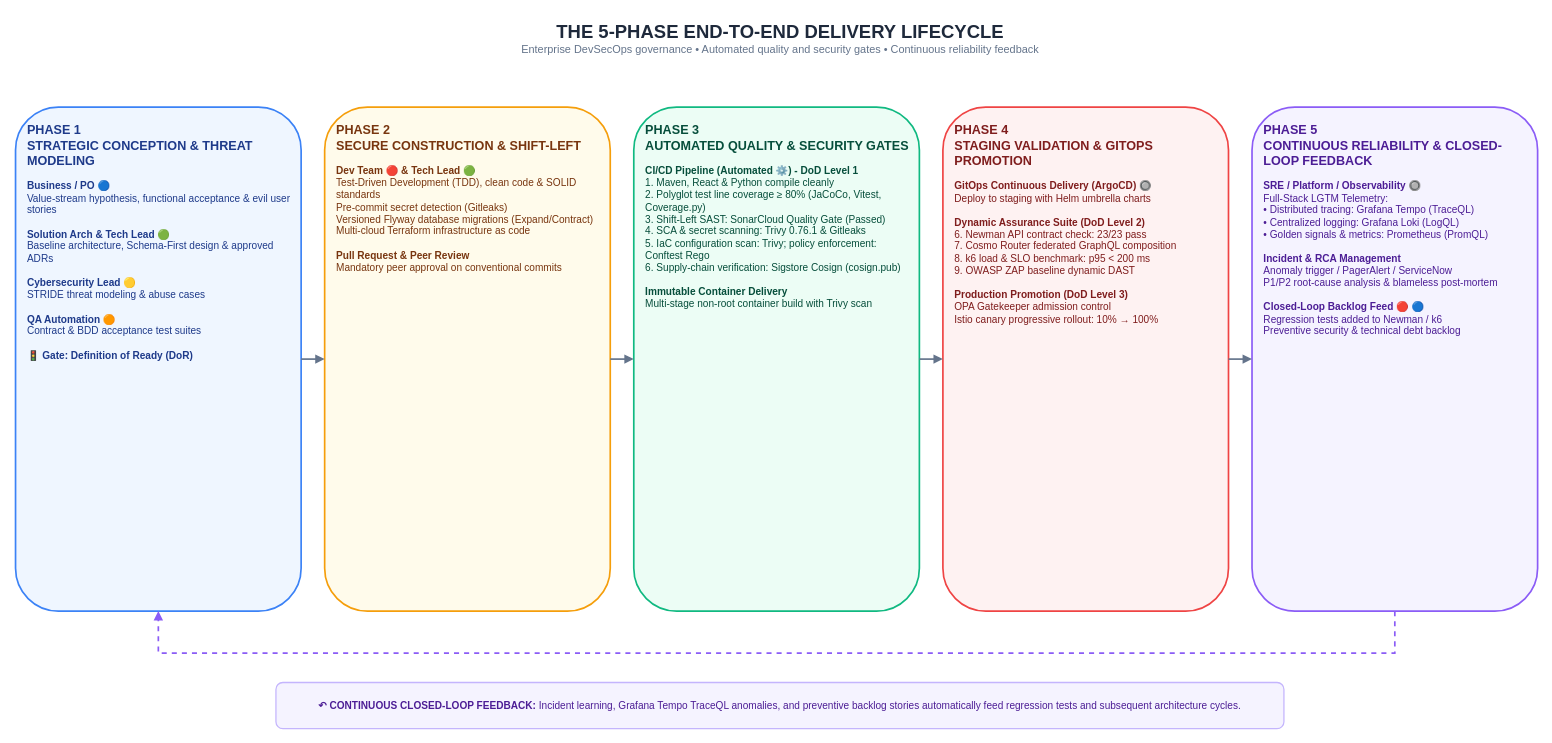
This is page "13. The 5-Phase End-to-End Delivery Lifecycle" (13 of 16) of docs/Diagrams.drawio from GeorgeGxx/microservices-architecture, a draw.io file, before an edit. Source tidied: cells renumbered, new cells numbered last; positions are measured from the earlier drawing's top-left corner, leaving out a move shared by most shapes. Both pictures are drawn from the tidied source at 84%, with x=0, y=0 at pixel (15, 14).
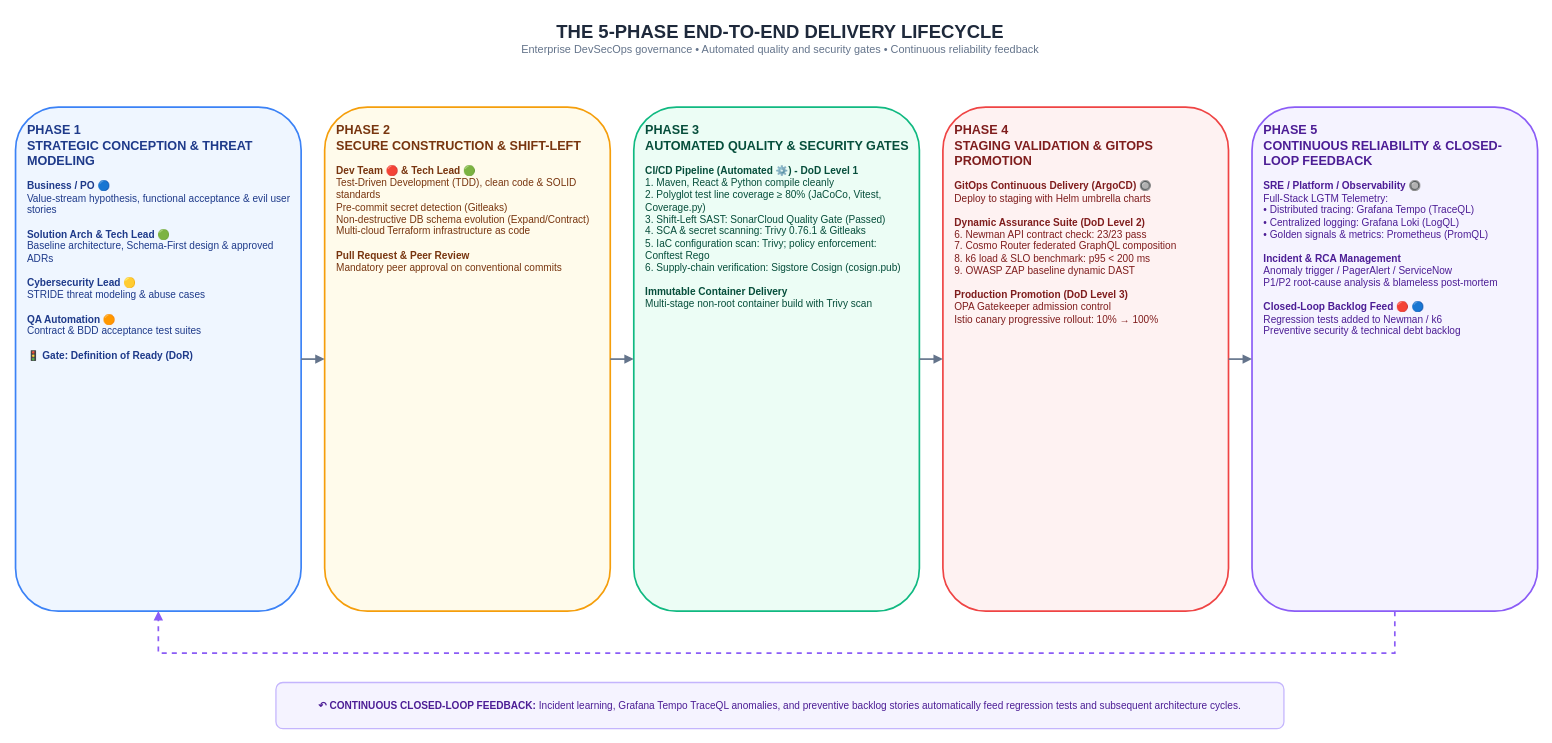
The same diagram, later.

Change to the diagram source:
```diff
@@
 <mxGraphModel>
   <root>
     <mxCell id="0" />
     <mxCell id="1" parent="0" />
     <mxCell id="2" value="&lt;b style='font-size:22px;color:#1E293B;'&gt;THE 5-PHASE END-TO-END DELIVERY LIFECYCLE&lt;/b&gt;&lt;br&gt;&lt;span style='font-size:13px;color:#64748B;'&gt;Enterprise DevSecOps governance • Automated quality and security gates • Continuous reliability feedback&lt;/span&gt;" style="text;html=1;align=center;verticalAlign=middle;rounded=0;" parent="1" vertex="1">
       <mxGeometry x="210" width="1400" height="55" as="geometry" />
     </mxCell>
     <mxCell id="3" value="&lt;b style='font-size:15px;'&gt;PHASE 1&lt;br&gt;STRATEGIC CONCEPTION &amp;amp; THREAT MODELING&lt;/b&gt;&lt;br&gt;&lt;br&gt;&lt;b&gt;Business / PO 🔵&lt;/b&gt;&lt;br&gt;Value-stream hypothesis, functional acceptance &amp;amp; evil user stories&lt;br&gt;&lt;br&gt;&lt;b&gt;Solution Arch &amp;amp; Tech Lead 🟢&lt;/b&gt;&lt;br&gt;Baseline architecture, Schema-First design &amp;amp; approved ADRs&lt;br&gt;&lt;br&gt;&lt;b&gt;Cybersecurity Lead 🟡&lt;/b&gt;&lt;br&gt;STRIDE threat modeling &amp;amp; abuse cases&lt;br&gt;&lt;br&gt;&lt;b&gt;QA Automation 🟠&lt;/b&gt;&lt;br&gt;Contract &amp;amp; BDD acceptance test suites&lt;br&gt;&lt;br&gt;&lt;b&gt;🚦 Gate: Definition of Ready (DoR)&lt;/b&gt;" style="rounded=1;whiteSpace=wrap;html=1;strokeWidth=2;fontSize=12;align=left;verticalAlign=top;spacing=14;fillColor=#EFF6FF;strokeColor=#3B82F6;fontColor=#1E3A8A;" parent="1" vertex="1">
       <mxGeometry y="110" width="340" height="600" as="geometry" />
     </mxCell>
-    <mxCell id="4" value="&lt;b style='font-size:15px;'&gt;PHASE 2&lt;br&gt;SECURE CONSTRUCTION &amp;amp; SHIFT-LEFT&lt;/b&gt;&lt;br&gt;&lt;br&gt;&lt;b&gt;Dev Team 🔴 &amp;amp; Tech Lead 🟢&lt;/b&gt;&lt;br&gt;Test-Driven Development (TDD), clean code &amp;amp; SOLID standards&lt;br&gt;Pre-commit secret detection (Gitleaks)&lt;br&gt;Versioned Flyway database migrations (Expand/Contract)&lt;br&gt;Multi-cloud Terraform infrastructure as code&lt;br&gt;&lt;br&gt;&lt;b&gt;Pull Request &amp;amp; Peer Review&lt;/b&gt;&lt;br&gt;Mandatory peer approval on conventional commits" style="rounded=1;whiteSpace=wrap;html=1;strokeWidth=2;fontSize=12;align=left;verticalAlign=top;spacing=14;fillColor=#FFFBEB;strokeColor=#F59E0B;fontColor=#78350F;" parent="1" vertex="1">
+    <mxCell id="4" value="&lt;b style='font-size:15px;'&gt;PHASE 2&lt;br&gt;SECURE CONSTRUCTION &amp;amp; SHIFT-LEFT&lt;/b&gt;&lt;br&gt;&lt;br&gt;&lt;b&gt;Dev Team 🔴 &amp;amp; Tech Lead 🟢&lt;/b&gt;&lt;br&gt;Test-Driven Development (TDD), clean code &amp;amp; SOLID standards&lt;br&gt;Pre-commit secret detection (Gitleaks)&lt;br&gt;Non-destructive DB schema evolution (Expand/Contract)&lt;br&gt;Multi-cloud Terraform infrastructure as code&lt;br&gt;&lt;br&gt;&lt;b&gt;Pull Request &amp;amp; Peer Review&lt;/b&gt;&lt;br&gt;Mandatory peer approval on conventional commits" style="rounded=1;whiteSpace=wrap;html=1;strokeWidth=2;fontSize=12;align=left;verticalAlign=top;spacing=14;fillColor=#FFFBEB;strokeColor=#F59E0B;fontColor=#78350F;" parent="1" vertex="1">
       <mxGeometry x="368" y="110" width="340" height="600" as="geometry" />
     </mxCell>
     <mxCell id="5" value="&lt;b style='font-size:15px;'&gt;PHASE 3&lt;br&gt;AUTOMATED QUALITY &amp;amp; SECURITY GATES&lt;/b&gt;&lt;br&gt;&lt;br&gt;&lt;b&gt;CI/CD Pipeline (Automated ⚙️) - DoD Level 1&lt;/b&gt;&lt;br&gt;1. Maven, React &amp;amp; Python compile cleanly&lt;br&gt;2. Polyglot test line coverage ≥ 80% (JaCoCo, Vitest, Coverage.py)&lt;br&gt;3. Shift-Left SAST: SonarCloud Quality Gate (Passed)&lt;br&gt;4. SCA &amp;amp; secret scanning: Trivy 0.76.1 &amp;amp; Gitleaks&lt;br&gt;5. IaC configuration scan: Trivy; policy enforcement: Conftest Rego&lt;br&gt;6. Supply-chain verification: Sigstore Cosign (cosign.pub)&lt;br&gt;&lt;br&gt;&lt;b&gt;Immutable Container Delivery&lt;/b&gt;&lt;br&gt;Multi-stage non-root container build with Trivy scan" style="rounded=1;whiteSpace=wrap;html=1;strokeWidth=2;fontSize=12;align=left;verticalAlign=top;spacing=14;fillColor=#ECFDF5;strokeColor=#10B981;fontColor=#064E3B;" parent="1" vertex="1">
       <mxGeometry x="736" y="110" width="340" height="600" as="geometry" />
     </mxCell>
     <mxCell id="6" value="&lt;b style='font-size:15px;'&gt;PHASE 4&lt;br&gt;STAGING VALIDATION &amp;amp; GITOPS PROMOTION&lt;/b&gt;&lt;br&gt;&lt;br&gt;&lt;b&gt;GitOps Continuous Delivery (ArgoCD) 🔘&lt;/b&gt;&lt;br&gt;Deploy to staging with Helm umbrella charts&lt;br&gt;&lt;br&gt;&lt;b&gt;Dynamic Assurance Suite (DoD Level 2)&lt;/b&gt;&lt;br&gt;6. Newman API contract check: 23/23 pass&lt;br&gt;7. Cosmo Router federated GraphQL composition&lt;br&gt;8. k6 load &amp;amp; SLO benchmark: p95 &amp;lt; 200 ms&lt;br&gt;9. OWASP ZAP baseline dynamic DAST&lt;br&gt;&lt;br&gt;&lt;b&gt;Production Promotion (DoD Level 3)&lt;/b&gt;&lt;br&gt;OPA Gatekeeper admission control&lt;br&gt;Istio canary progressive rollout: 10% → 100%" style="rounded=1;whiteSpace=wrap;html=1;strokeWidth=2;fontSize=12;align=left;verticalAlign=top;spacing=14;fillColor=#FEF2F2;strokeColor=#EF4444;fontColor=#7F1D1D;" parent="1" vertex="1">
       <mxGeometry x="1104" y="110" width="340" height="600" as="geometry" />
     </mxCell>
     <mxCell id="7" value="&lt;b style='font-size:15px;'&gt;PHASE 5&lt;br&gt;CONTINUOUS RELIABILITY &amp;amp; CLOSED-LOOP FEEDBACK&lt;/b&gt;&lt;br&gt;&lt;br&gt;&lt;b&gt;SRE / Platform / Observability 🔘&lt;/b&gt;&lt;br&gt;Full-Stack LGTM Telemetry:&lt;br&gt;• Distributed tracing: Grafana Tempo (TraceQL)&lt;br&gt;• Centralized logging: Grafana Loki (LogQL)&lt;br&gt;• Golden signals &amp;amp; metrics: Prometheus (PromQL)&lt;br&gt;&lt;br&gt;&lt;b&gt;Incident &amp;amp; RCA Management&lt;/b&gt;&lt;br&gt;Anomaly trigger / PagerAlert / ServiceNow&lt;br&gt;P1/P2 root-cause analysis &amp;amp; blameless post-mortem&lt;br&gt;&lt;br&gt;&lt;b&gt;Closed-Loop Backlog Feed 🔴 🔵&lt;/b&gt;&lt;br&gt;Regression tests added to Newman / k6&lt;br&gt;Preventive security &amp;amp; technical debt backlog" style="rounded=1;whiteSpace=wrap;html=1;strokeWidth=2;fontSize=12;align=left;verticalAlign=top;spacing=14;fillColor=#F5F3FF;strokeColor=#8B5CF6;fontColor=#4C1D95;" parent="1" vertex="1">
       <mxGeometry x="1472" y="110" width="340" height="600" as="geometry" />
     </mxCell>
     <mxCell id="8" style="edgeStyle=orthogonalEdgeStyle;rounded=0;html=1;strokeWidth=2;endArrow=block;endFill=1;strokeColor=#64748B;" parent="1" edge="1" source="3" target="4">
       <mxGeometry relative="1" as="geometry" />
     </mxCell>
     <mxCell id="9" style="edgeStyle=orthogonalEdgeStyle;rounded=0;html=1;strokeWidth=2;endArrow=block;endFill=1;strokeColor=#64748B;" parent="1" edge="1" source="4" target="5">
       <mxGeometry relative="1" as="geometry" />
     </mxCell>
     <mxCell id="10" style="edgeStyle=orthogonalEdgeStyle;rounded=0;html=1;strokeWidth=2;endArrow=block;endFill=1;strokeColor=#64748B;" parent="1" edge="1" source="5" target="6">
       <mxGeometry relative="1" as="geometry" />
     </mxCell>
     <mxCell id="11" style="edgeStyle=orthogonalEdgeStyle;rounded=0;html=1;strokeWidth=2;endArrow=block;endFill=1;strokeColor=#64748B;" parent="1" edge="1" source="6" target="7">
       <mxGeometry relative="1" as="geometry" />
     </mxCell>
     <mxCell id="12" style="edgeStyle=orthogonalEdgeStyle;rounded=0;html=1;strokeWidth=2;endArrow=block;endFill=1;strokeColor=#8B5CF6;dashed=1;exitX=0.5;exitY=1;entryX=0.5;entryY=1;" parent="1" edge="1" source="7" target="3">
       <mxGeometry relative="1" as="geometry">
         <Array as="points">
           <mxPoint x="1642" y="760" />
           <mxPoint x="170" y="760" />
         </Array>
       </mxGeometry>
     </mxCell>
     <mxCell id="13" value="&lt;b&gt;↶ CONTINUOUS CLOSED-LOOP FEEDBACK:&lt;/b&gt; Incident learning, Grafana Tempo TraceQL anomalies, and preventive backlog stories automatically feed regression tests and subsequent architecture cycles." style="rounded=1;whiteSpace=wrap;html=1;fillColor=#F5F3FF;strokeColor=#C4B5FD;strokeWidth=1.5;fontColor=#4C1D95;fontSize=12;align=center;verticalAlign=middle;" parent="1" vertex="1">
       <mxGeometry x="310" y="795" width="1200" height="55" as="geometry" />
     </mxCell>
   </root>
 </mxGraphModel>
```
